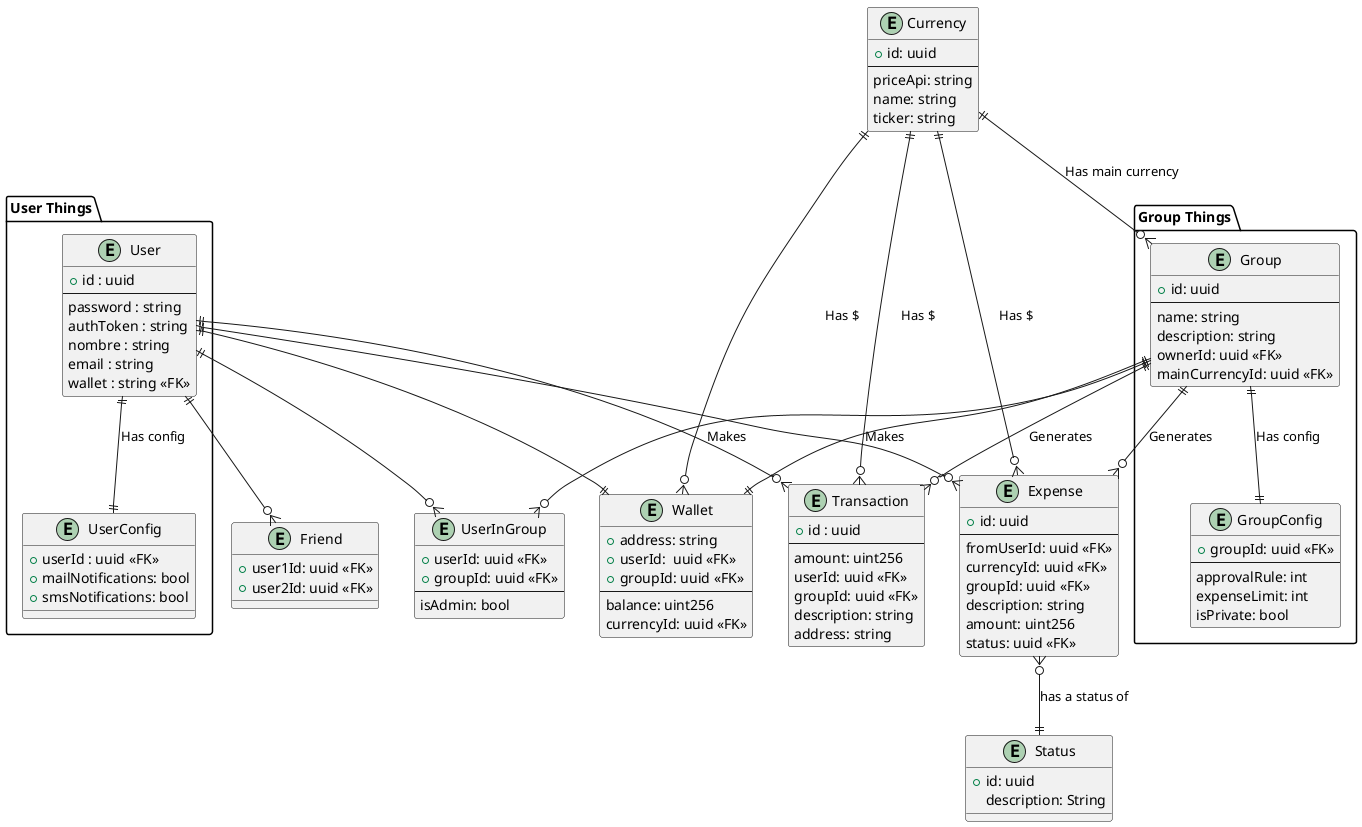
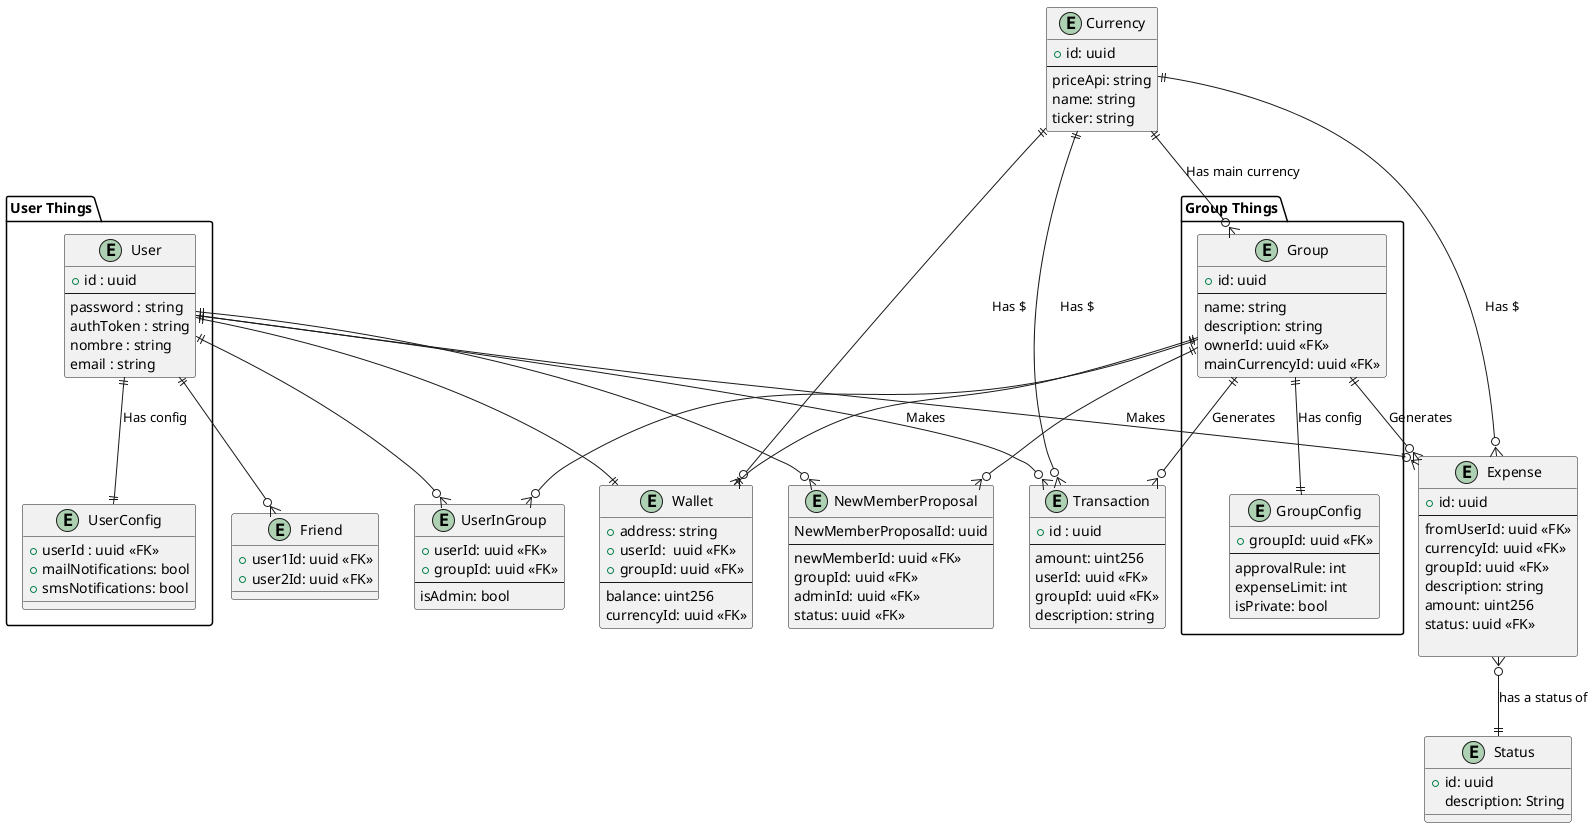
@startuml entity-relationship


package "User Things" {
    entity "User" {
      +id : uuid
      --
      password : string
      authToken : string
      nombre : string
      email : string
-       wallet : string <<FK>>
    }

    entity "UserConfig" {
        +userId : uuid <<FK>>
        +mailNotifications: bool
        +smsNotifications: bool
    }
}

package "Group Things"{
    entity "Group" {
    +id: uuid
    ---
    name: string
    description: string
    ownerId: uuid <<FK>>
    mainCurrencyId: uuid <<FK>>
    }
    entity "GroupConfig"{
        +groupId: uuid <<FK>>
        ---
        approvalRule: int
        expenseLimit: int
        isPrivate: bool
    }
}

entity "Friend"{
    +user1Id: uuid <<FK>>
    +user2Id: uuid <<FK>>
}
+ 'chequeos de que el que invita sea admin del grupo'
+ 'que el nuevo miembro no sea parte del grupo'
+ entity "NewMemberProposal"{
+     NewMemberProposalId: uuid
+     ---
+     newMemberId: uuid <<FK>>
+     groupId: uuid <<FK>>
+     adminId: uuid <<FK>>
+     status: uuid <<FK>>
+ }

entity "Wallet"{
    +address: string
    'Solo uno de los id puede tener valor el otro seria nulo'
    +userId:  uuid <<FK>>
    +groupId: uuid <<FK>>
    ---
    balance: uint256
    currencyId: uuid <<FK>>
}



entity "Transaction" {
    +id : uuid
    ---
    amount: uint256
' If negative -> withdraw, else -> deposit
    userId: uuid <<FK>>
    groupId: uuid <<FK>>
    description: string
-     address: string
}

entity "Currency" {
    +id: uuid
    ---
    priceApi: string
    name: string
    ticker: string
}
entity "UserInGroup"{
    +userId: uuid <<FK>>
    +groupId: uuid <<FK>>
    ---
    isAdmin: bool
}

entity "Expense" {
    +id: uuid
    ---
    fromUserId: uuid <<FK>>
    currencyId: uuid <<FK>>
    groupId: uuid <<FK>>
    description: string
    amount: uint256
    status: uuid <<FK>>
+ 
}

entity "Status"{
    'Podrían ser PENDING, APPROVED, REJECTED'
    +id: uuid
    description: String
}


User ||--|| UserConfig : Has config
User ||--o{ Expense : Makes

User ||--o{ UserInGroup
Group ||--o{ UserInGroup


Currency ||--o{ Expense: Has $
Group ||--o{ Expense : Generates
Currency ||--o{ Group : Has main currency

Currency ||--o{ Wallet: Has $
User ||--|| Wallet
Group ||--|| Wallet

Currency ||--o{ Transaction: Has $
Group ||--o{ Transaction : Generates
User ||--o{ Transaction : Makes

User ||--o{ Friend
Group ||--|| GroupConfig: Has config

Expense }o--|| Status: has a status of

+ User ||--o{ NewMemberProposal
+ Group ||--o{ NewMemberProposal

@enduml